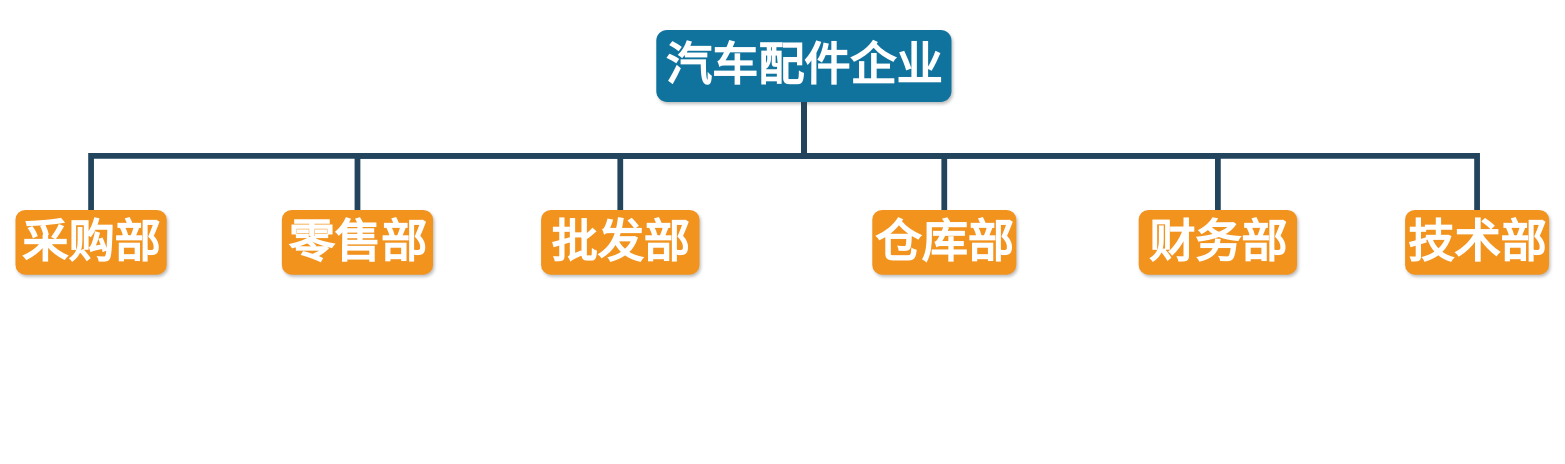
This is 未命名绘图.drawio from Big-Mouth/-Predict-future-sale-, a draw.io file, before an edit. Source tidied: cells renumbered, new cells numbered last; positions are measured from the earlier drawing's top-left corner, leaving out a move shared by most shapes. Both pictures are drawn from the tidied source at 72%, with x=0, y=0 at pixel (15, 30).
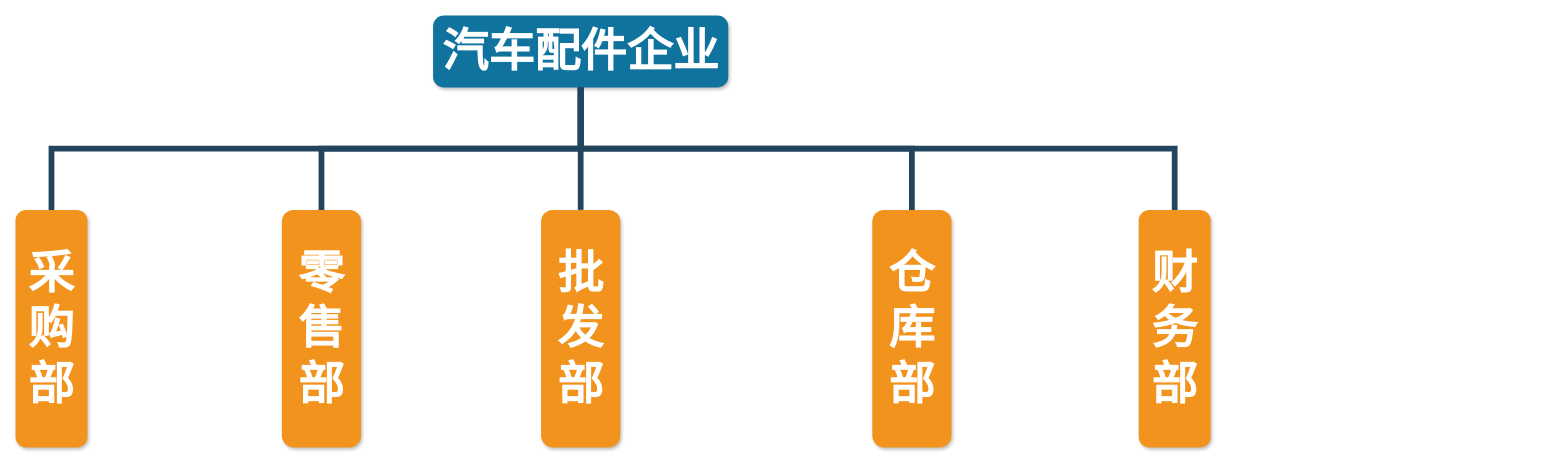
Above is the later version.

The edit, as a diff of the source:
```diff
@@
 <mxGraphModel>
   <root>
     <mxCell id="0" />
     <mxCell id="1" parent="0" />
     <mxCell id="2" value="汽车配件企业" style="whiteSpace=wrap;rounded=1;shadow=1;fillColor=#10739E;strokeColor=none;fontColor=#FFFFFF;fontStyle=1;fontSize=64;" parent="1" vertex="1">
-      <mxGeometry x="890" width="410" height="100" as="geometry" />
+      <mxGeometry x="580" y="-20" width="410" height="100" as="geometry" />
     </mxCell>
     <mxCell id="3" value="采购部" style="whiteSpace=wrap;rounded=1;fillColor=#F2931E;strokeColor=none;shadow=1;fontColor=#FFFFFF;fontStyle=1;fontSize=64;" parent="1" vertex="1">
-      <mxGeometry y="250" width="210" height="90" as="geometry" />
+      <mxGeometry y="250" width="100" height="330" as="geometry" />
     </mxCell>
     <mxCell id="4" value="零售部" style="whiteSpace=wrap;rounded=1;fillColor=#F2931E;strokeColor=none;shadow=1;fontColor=#FFFFFF;fontStyle=1;fontSize=64;" parent="1" vertex="1">
-      <mxGeometry x="370" y="250" width="210" height="90" as="geometry" />
+      <mxGeometry x="370" y="250" width="110" height="330" as="geometry" />
     </mxCell>
-    <mxCell id="5" value="技术部" style="whiteSpace=wrap;rounded=1;fillColor=#F2931E;strokeColor=none;shadow=1;fontColor=#FFFFFF;fontStyle=1;fontSize=64;" parent="1" vertex="1">
-      <mxGeometry x="1930" y="250" width="200" height="90" as="geometry" />
-    </mxCell>
     <mxCell id="6" value="批发部" style="whiteSpace=wrap;rounded=1;fillColor=#F2931E;strokeColor=none;shadow=1;fontColor=#FFFFFF;fontStyle=1;fontSize=64;" parent="1" vertex="1">
-      <mxGeometry x="730" y="250" width="220" height="90" as="geometry" />
+      <mxGeometry x="730" y="250" width="110" height="330" as="geometry" />
     </mxCell>
     <mxCell id="7" value="仓库部" style="whiteSpace=wrap;rounded=1;fillColor=#F2931E;strokeColor=none;shadow=1;fontColor=#FFFFFF;fontStyle=1;fontSize=64;" parent="1" vertex="1">
-      <mxGeometry x="1190" y="250" width="200" height="90" as="geometry" />
+      <mxGeometry x="1190" y="250" width="110" height="330" as="geometry" />
     </mxCell>
     <mxCell id="8" value="财务部" style="whiteSpace=wrap;rounded=1;fillColor=#F2931E;strokeColor=none;shadow=1;fontColor=#FFFFFF;fontStyle=1;fontSize=64;" parent="1" vertex="1">
-      <mxGeometry x="1560" y="250" width="220" height="90" as="geometry" />
+      <mxGeometry x="1560" y="250" width="100" height="330" as="geometry" />
     </mxCell>
     <mxCell id="9" style="edgeStyle=elbowEdgeStyle;elbow=vertical;rounded=0;fontColor=#000000;endArrow=none;endFill=0;strokeWidth=8;strokeColor=#23445D;" parent="1" edge="1" source="2" target="3">
       <mxGeometry relative="1" as="geometry" />
     </mxCell>
     <mxCell id="10" style="edgeStyle=elbowEdgeStyle;elbow=vertical;rounded=0;fontColor=#000000;endArrow=none;endFill=0;strokeWidth=8;strokeColor=#23445D;" parent="1" edge="1" source="2" target="4">
       <mxGeometry relative="1" as="geometry" />
     </mxCell>
     <mxCell id="11" style="edgeStyle=elbowEdgeStyle;elbow=vertical;rounded=0;fontColor=#000000;endArrow=none;endFill=0;strokeWidth=8;strokeColor=#23445D;" parent="1" edge="1" source="2" target="6">
       <mxGeometry relative="1" as="geometry" />
     </mxCell>
     <mxCell id="12" style="edgeStyle=elbowEdgeStyle;elbow=vertical;rounded=0;fontColor=#000000;endArrow=none;endFill=0;strokeWidth=8;strokeColor=#23445D;" parent="1" edge="1" source="2" target="7">
       <mxGeometry relative="1" as="geometry" />
     </mxCell>
     <mxCell id="13" style="edgeStyle=elbowEdgeStyle;elbow=vertical;rounded=0;fontColor=#000000;endArrow=none;endFill=0;strokeWidth=8;strokeColor=#23445D;" parent="1" edge="1" source="2" target="8">
       <mxGeometry relative="1" as="geometry" />
     </mxCell>
-    <mxCell id="14" style="edgeStyle=elbowEdgeStyle;elbow=vertical;rounded=0;fontColor=#000000;endArrow=none;endFill=0;strokeWidth=8;strokeColor=#23445D;" parent="1" edge="1" source="2" target="5">
-      <mxGeometry relative="1" as="geometry" />
-    </mxCell>
   </root>
 </mxGraphModel>
```
